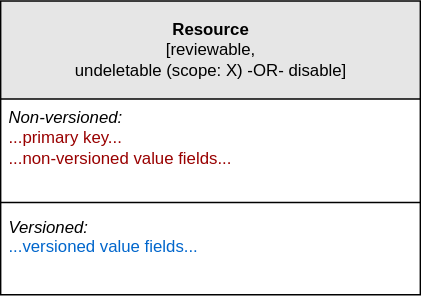
fullstaq-labs/sqedule keeps this draw.io diagram as devdocs/reviewable-simple-notation-undeletable-or-disableable.drawio.svg. Above is the earlier version. Source tidied: cells renumbered, new cells last; positions are measured from the earlier drawing's top-left corner, leaving out a move shared by most shapes.
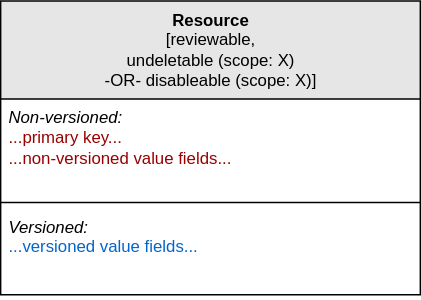
The same file after the commit.

Commit message:
Reviewable: when the resource is Undeletable/Disableable, allow MajorVersion to be deleted when it's unapproved

Change to the diagram source:
```diff
@@ -2,7 +2,7 @@
   <root>
     <mxCell id="0" />
     <mxCell id="1" parent="0" />
-    <mxCell id="2" value="Resource&lt;br&gt;&lt;span style=&quot;font-weight: normal&quot;&gt;[reviewable,&lt;br&gt;undeletable (scope: X) -OR- disable]&lt;/span&gt;" style="swimlane;fontStyle=1;horizontal=1;startSize=70;swimlaneFillColor=#ffffff;html=1;fillColor=#E6E6E6;" parent="1" vertex="1">
+    <mxCell id="2" value="Resource&lt;br&gt;&lt;span style=&quot;font-weight: normal&quot;&gt;[reviewable,&lt;br&gt;undeletable (scope: X)&lt;br&gt;-OR- disableable (scope: X)]&lt;/span&gt;" style="swimlane;fontStyle=1;horizontal=1;startSize=70;swimlaneFillColor=#ffffff;html=1;fillColor=#E6E6E6;" parent="1" vertex="1">
       <mxGeometry width="300" height="210" as="geometry" />
     </mxCell>
     <mxCell id="3" value="&lt;font color=&quot;#000000&quot;&gt;&lt;i&gt;Non-versioned:&lt;/i&gt;&lt;/font&gt;&lt;br&gt;...primary key...&lt;br&gt;...non-versioned value fields..." style="text;align=left;verticalAlign=top;spacingLeft=4;spacingRight=4;overflow=hidden;whiteSpace=wrap;fontColor=#990000;html=1;" parent="2" vertex="1">
```
